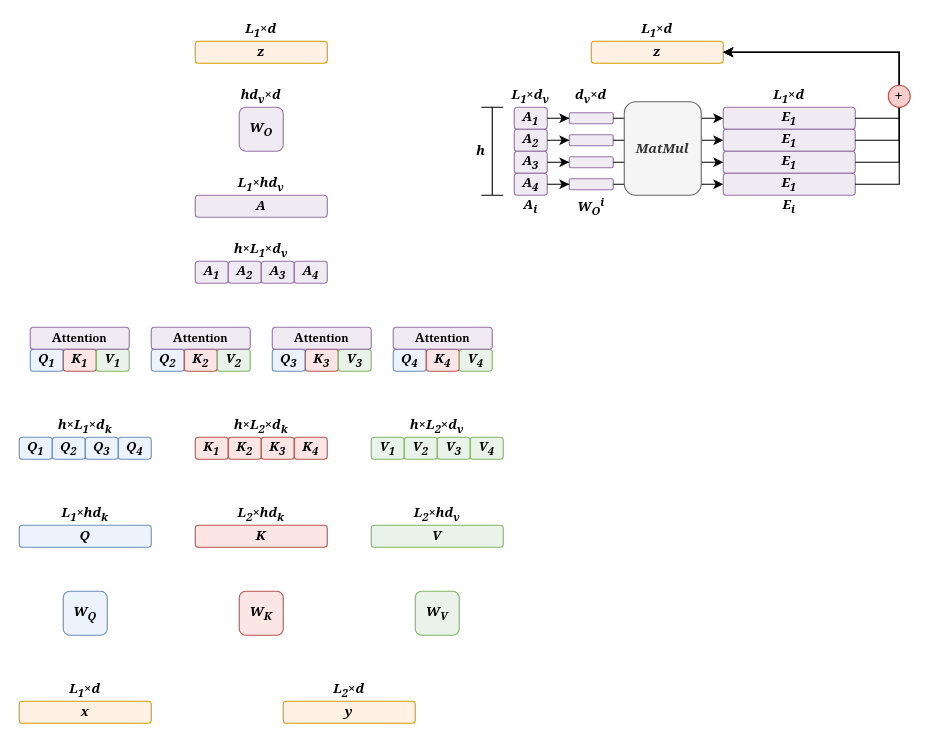
This is page "第 3 页" (3 of 3) of 未命名绘图2.drawio from ZhangzeqingCN/api-project, a draw.io file, before an edit. Source tidied: cells renumbered, new cells numbered last; positions are measured from the earlier drawing's top-left corner, leaving out a move shared by most shapes. Both pictures are drawn from the tidied source at 110%, with x=0, y=0 at pixel (19, 19).
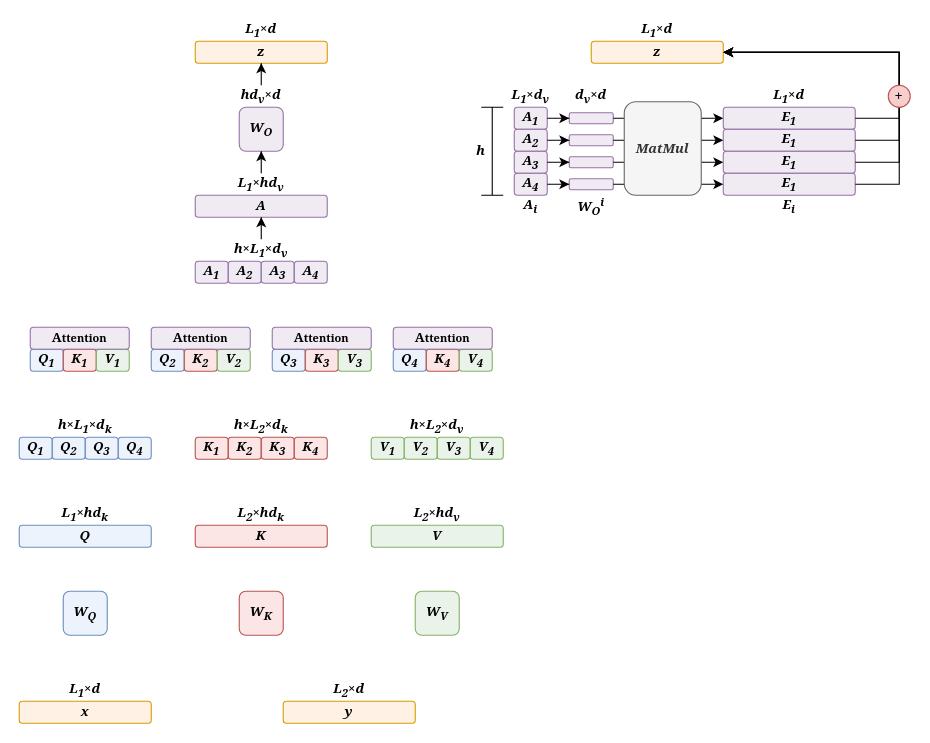
After the change.

Commit message (it also covers changes not shown here):
更新未命名绘图2.drawio

The change refers to these unchanged cells:
```xml
<mxCell id="44" value="A" style="rounded=1;whiteSpace=wrap;html=1;rotation=0;fillColor=#e1d5e7;strokeColor=#9673a6;fillOpacity=50;fontFamily=Georgia;fontStyle=3;" parent="43" vertex="1">
  <mxGeometry y="20" width="120" height="20" as="geometry" />
</mxCell>
<mxCell id="45" value="&lt;font&gt;&lt;span&gt;&lt;span&gt;L&lt;sub&gt;1&lt;/sub&gt;×hd&lt;sub&gt;v&lt;/sub&gt;&lt;/span&gt;&lt;/span&gt;&lt;/font&gt;" style="text;html=1;align=center;verticalAlign=middle;whiteSpace=wrap;rounded=0;fontFamily=Georgia;fontStyle=3;" parent="43" vertex="1">
  <mxGeometry width="120" height="20" as="geometry" />
</mxCell>
<mxCell id="51" value="&lt;font&gt;h×&lt;span&gt;&lt;span&gt;L&lt;sub&gt;1&lt;/sub&gt;×d&lt;sub&gt;v&lt;/sub&gt;&lt;/span&gt;&lt;/span&gt;&lt;/font&gt;" style="text;html=1;align=center;verticalAlign=middle;whiteSpace=wrap;rounded=0;fontFamily=Georgia;fontStyle=3;" parent="46" vertex="1">
  <mxGeometry width="120" height="20" as="geometry" />
</mxCell>
<mxCell id="61" value="W&lt;sub&gt;O&lt;/sub&gt;" style="rounded=1;whiteSpace=wrap;html=1;rotation=0;fillColor=#e1d5e7;strokeColor=#9673a6;fillOpacity=50;fontFamily=Georgia;fontStyle=3;" parent="1" vertex="1">
  <mxGeometry x="200" y="80" width="40" height="40" as="geometry" />
</mxCell>
<mxCell id="63" value="&lt;span&gt;&lt;span&gt;z&lt;/span&gt;&lt;/span&gt;" style="rounded=1;whiteSpace=wrap;html=1;rotation=0;fillColor=#ffe6cc;strokeColor=#d79b00;fillOpacity=50;fontFamily=Georgia;fontStyle=3;" parent="62" vertex="1">
  <mxGeometry y="20" width="120" height="20" as="geometry" />
</mxCell>
<mxCell id="68" value="&lt;font&gt;&lt;span&gt;&lt;span&gt;h&lt;/span&gt;&lt;/span&gt;&lt;span&gt;&lt;span&gt;d&lt;sub&gt;v&lt;/sub&gt;&lt;/span&gt;&lt;/span&gt;&lt;/font&gt;×d" style="text;html=1;align=center;verticalAlign=middle;whiteSpace=wrap;rounded=0;fontFamily=Georgia;fontStyle=3;" parent="1" vertex="1">
  <mxGeometry x="200" y="60" width="40" height="20" as="geometry" />
</mxCell>
```

The edit, as a diff of the source:
```diff
@@
+    <mxCell id="106" style="edgeStyle=orthogonalEdgeStyle;rounded=0;jettySize=auto;html=1;entryX=0.5;entryY=1;entryDx=0;entryDy=0;" parent="1" edge="1" source="68" target="63">
+      <mxGeometry relative="1" as="geometry" />
+    </mxCell>
@@
+    <mxCell id="107" style="edgeStyle=orthogonalEdgeStyle;rounded=0;jettySize=auto;html=1;entryX=0.5;entryY=1;entryDx=0;entryDy=0;" parent="1" edge="1" source="45" target="61">
+      <mxGeometry relative="1" as="geometry" />
+    </mxCell>
+    <mxCell id="108" style="edgeStyle=orthogonalEdgeStyle;rounded=0;jettySize=auto;html=1;entryX=0.5;entryY=1;entryDx=0;entryDy=0;" parent="1" edge="1" source="51" target="44">
+      <mxGeometry relative="1" as="geometry" />
+    </mxCell>
```
